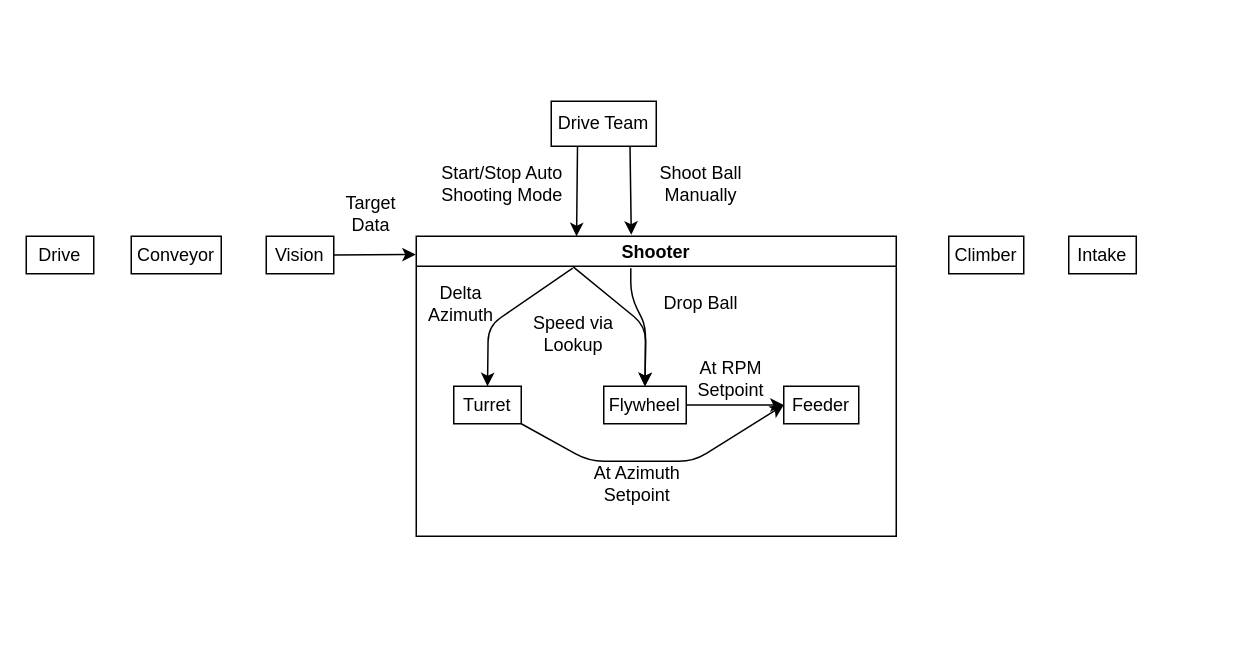
Earlier version of the draw.io diagram Robot.drawio (FRC6498/Charts). Source tidied: cells renumbered, new cells numbered last; positions are measured from the earlier drawing's top-left corner, leaving out a move shared by most shapes. Both pictures are drawn from the tidied source at 150%, with x=0, y=0 at pixel (26, 100).
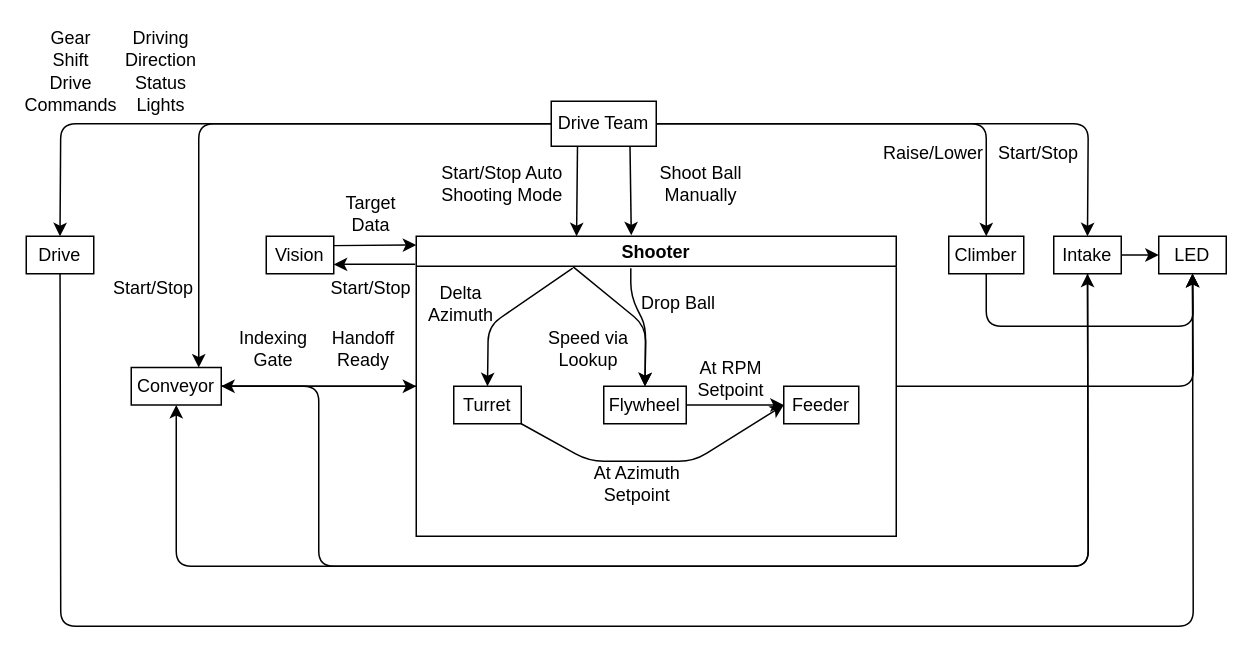
After the change.

Commit message:
fill out other subsystems

Unchanged cells that the change refers to:
```xml
<mxCell id="4" value="Drive Team" style="rounded=0;whiteSpace=wrap;html=1;" parent="1" vertex="1">
  <mxGeometry x="350" width="70" height="30" as="geometry" />
</mxCell>
<mxCell id="6" value="Drive" style="whiteSpace=wrap;html=1;rounded=0;" parent="1" vertex="1">
  <mxGeometry y="90" width="45" height="25" as="geometry" />
</mxCell>
<mxCell id="8" value="Climber" style="whiteSpace=wrap;html=1;rounded=0;" parent="1" vertex="1">
  <mxGeometry x="615" y="90" width="50" height="25" as="geometry" />
</mxCell>
<mxCell id="10" value="Vision" style="whiteSpace=wrap;html=1;rounded=0;" parent="1" vertex="1">
  <mxGeometry x="160" y="90" width="45" height="25" as="geometry" />
</mxCell>
<mxCell id="11" value="Shooter" style="swimlane;fontSize=12;fillColor=none;startSize=20;" parent="1" vertex="1">
  <mxGeometry x="260" y="90" width="320" height="200" as="geometry" />
</mxCell>
```

Diff of the diagram source:
```diff
@@
-    <mxCell id="3" style="edgeStyle=none;html=1;exitX=0.75;exitY=1;exitDx=0;exitDy=0;entryX=0.448;entryY=-0.005;entryDx=0;entryDy=0;fontSize=12;entryPerimeter=0;" parent="1" edge="1" source="4" target="11">
+    <mxCell id="3" style="edgeStyle=none;html=1;exitX=0.75;exitY=1;exitDx=0;exitDy=0;entryX=0.448;entryY=-0.003;entryDx=0;entryDy=0;fontSize=12;entryPerimeter=0;" parent="1" edge="1" source="4" target="11">
       <mxGeometry relative="1" as="geometry" />
     </mxCell>
+    <mxCell id="28" style="edgeStyle=none;html=1;exitX=0;exitY=0.5;exitDx=0;exitDy=0;entryX=0.5;entryY=0;entryDx=0;entryDy=0;" parent="1" edge="1" source="4" target="6">
+      <mxGeometry relative="1" as="geometry">
+        <Array as="points">
+          <mxPoint x="23" y="15" />
+        </Array>
+      </mxGeometry>
+    </mxCell>
+    <mxCell id="29" style="edgeStyle=none;html=1;entryX=0.75;entryY=0;entryDx=0;entryDy=0;" parent="1" edge="1" source="4" target="7">
+      <mxGeometry relative="1" as="geometry">
+        <Array as="points">
+          <mxPoint x="115" y="15" />
+        </Array>
+      </mxGeometry>
+    </mxCell>
+    <mxCell id="30" style="edgeStyle=none;html=1;exitX=1;exitY=0.5;exitDx=0;exitDy=0;entryX=0.5;entryY=0;entryDx=0;entryDy=0;" parent="1" edge="1" source="4" target="8">
+      <mxGeometry relative="1" as="geometry">
+        <Array as="points">
+          <mxPoint x="640" y="15" />
+        </Array>
+      </mxGeometry>
+    </mxCell>
+    <mxCell id="31" style="edgeStyle=none;html=1;exitX=1;exitY=0.5;exitDx=0;exitDy=0;entryX=0.5;entryY=0;entryDx=0;entryDy=0;" parent="1" edge="1" source="4" target="5">
+      <mxGeometry relative="1" as="geometry">
+        <Array as="points">
+          <mxPoint x="708" y="15" />
+        </Array>
+      </mxGeometry>
+    </mxCell>
@@
+    <mxCell id="32" style="edgeStyle=none;html=1;entryX=0.5;entryY=1;entryDx=0;entryDy=0;" parent="1" edge="1" source="5" target="7">
+      <mxGeometry relative="1" as="geometry">
+        <Array as="points">
+          <mxPoint x="708" y="310" />
+          <mxPoint x="100" y="310" />
+        </Array>
+      </mxGeometry>
+    </mxCell>
+    <mxCell id="33" style="edgeStyle=none;html=1;entryX=0;entryY=0.5;entryDx=0;entryDy=0;" parent="1" edge="1" source="5" target="41">
+      <mxGeometry relative="1" as="geometry" />
+    </mxCell>
     <mxCell id="5" value="Intake" style="whiteSpace=wrap;html=1;rounded=0;" parent="1" vertex="1">
-      <mxGeometry x="695" y="90" width="45" height="25" as="geometry" />
+      <mxGeometry x="685" y="90" width="45" height="25" as="geometry" />
     </mxCell>
+    <mxCell id="34" style="edgeStyle=none;html=1;entryX=0.5;entryY=1;entryDx=0;entryDy=0;" parent="1" edge="1" source="6" target="41">
+      <mxGeometry relative="1" as="geometry">
+        <Array as="points">
+          <mxPoint x="23" y="350" />
+          <mxPoint x="778" y="350" />
+        </Array>
+      </mxGeometry>
+    </mxCell>
@@
+    <mxCell id="35" style="edgeStyle=none;html=1;exitX=1;exitY=0.5;exitDx=0;exitDy=0;entryX=0;entryY=0.5;entryDx=0;entryDy=0;" parent="1" edge="1" source="7" target="11">
+      <mxGeometry relative="1" as="geometry" />
+    </mxCell>
+    <mxCell id="36" style="edgeStyle=none;html=1;exitX=1;exitY=0.5;exitDx=0;exitDy=0;entryX=0.5;entryY=1;entryDx=0;entryDy=0;" parent="1" edge="1" source="7" target="5">
+      <mxGeometry relative="1" as="geometry">
+        <Array as="points">
+          <mxPoint x="195" y="190" />
+          <mxPoint x="195" y="310" />
+          <mxPoint x="708" y="310" />
+        </Array>
+      </mxGeometry>
+    </mxCell>
     <mxCell id="7" value="Conveyor" style="whiteSpace=wrap;html=1;rounded=0;" parent="1" vertex="1">
-      <mxGeometry x="70" y="90" width="60" height="25" as="geometry" />
+      <mxGeometry x="70" y="177.5" width="60" height="25" as="geometry" />
     </mxCell>
+    <mxCell id="37" style="edgeStyle=none;html=1;entryX=0.5;entryY=1;entryDx=0;entryDy=0;" parent="1" edge="1" source="8" target="41">
+      <mxGeometry relative="1" as="geometry">
+        <Array as="points">
+          <mxPoint x="640" y="150" />
+          <mxPoint x="778" y="150" />
+        </Array>
+      </mxGeometry>
+    </mxCell>
@@
-    <mxCell id="9" style="edgeStyle=none;html=1;fontSize=12;entryX=-0.001;entryY=0.061;entryDx=0;entryDy=0;entryPerimeter=0;exitX=1;exitY=0.5;exitDx=0;exitDy=0;" parent="1" edge="1" source="10" target="11">
+    <mxCell id="9" style="edgeStyle=none;html=1;fontSize=12;entryX=0;entryY=0.029;entryDx=0;entryDy=0;exitX=1;exitY=0.25;exitDx=0;exitDy=0;entryPerimeter=0;" parent="1" edge="1" source="10" target="11">
       <mxGeometry relative="1" as="geometry" />
     </mxCell>
@@
+    <mxCell id="38" style="edgeStyle=none;html=1;exitX=0;exitY=0.5;exitDx=0;exitDy=0;entryX=1;entryY=0.5;entryDx=0;entryDy=0;" parent="1" edge="1" source="11" target="7">
+      <mxGeometry relative="1" as="geometry" />
+    </mxCell>
+    <mxCell id="39" style="edgeStyle=none;html=1;exitX=-0.002;exitY=0.093;exitDx=0;exitDy=0;entryX=1;entryY=0.75;entryDx=0;entryDy=0;exitPerimeter=0;" parent="1" edge="1" source="11" target="10">
+      <mxGeometry relative="1" as="geometry" />
+    </mxCell>
+    <mxCell id="40" style="edgeStyle=none;html=1;exitX=1;exitY=0.5;exitDx=0;exitDy=0;entryX=0.5;entryY=1;entryDx=0;entryDy=0;" parent="1" edge="1" source="11" target="41">
+      <mxGeometry relative="1" as="geometry">
+        <Array as="points">
+          <mxPoint x="778" y="190" />
+        </Array>
+      </mxGeometry>
+    </mxCell>
@@
     <mxCell id="19" value="Speed via Lookup" style="text;html=1;strokeColor=none;fillColor=none;align=center;verticalAlign=middle;whiteSpace=wrap;rounded=0;fontSize=12;" parent="11" vertex="1">
-      <mxGeometry x="75" y="50" width="60" height="30" as="geometry" />
+      <mxGeometry x="85" y="60" width="60" height="30" as="geometry" />
     </mxCell>
@@
     <mxCell id="23" value="Drop Ball" style="text;html=1;strokeColor=none;fillColor=none;align=center;verticalAlign=middle;whiteSpace=wrap;rounded=0;fontSize=12;" parent="11" vertex="1">
-      <mxGeometry x="160" y="30" width="60" height="30" as="geometry" />
+      <mxGeometry x="145" y="30" width="60" height="30" as="geometry" />
     </mxCell>
@@
+    <mxCell id="41" value="LED" style="whiteSpace=wrap;html=1;rounded=0;" parent="1" vertex="1">
+      <mxGeometry x="755" y="90" width="45" height="25" as="geometry" />
+    </mxCell>
+    <mxCell id="42" value="Drive Commands" style="text;html=1;strokeColor=none;fillColor=none;align=center;verticalAlign=middle;whiteSpace=wrap;rounded=0;fontSize=12;" parent="1" vertex="1">
+      <mxGeometry y="-20" width="60" height="30" as="geometry" />
+    </mxCell>
+    <mxCell id="43" value="Driving Direction" style="text;html=1;strokeColor=none;fillColor=none;align=center;verticalAlign=middle;whiteSpace=wrap;rounded=0;fontSize=12;" parent="1" vertex="1">
+      <mxGeometry x="60" y="-50" width="60" height="30" as="geometry" />
+    </mxCell>
+    <mxCell id="44" value="Gear Shift" style="text;html=1;strokeColor=none;fillColor=none;align=center;verticalAlign=middle;whiteSpace=wrap;rounded=0;fontSize=12;" parent="1" vertex="1">
+      <mxGeometry x="15" y="-45" width="30" height="20" as="geometry" />
+    </mxCell>
+    <mxCell id="45" value="Status Lights" style="text;html=1;strokeColor=none;fillColor=none;align=center;verticalAlign=middle;whiteSpace=wrap;rounded=0;fontSize=12;" parent="1" vertex="1">
+      <mxGeometry x="60" y="-20" width="60" height="30" as="geometry" />
+    </mxCell>
+    <mxCell id="46" value="Start/Stop" style="text;html=1;strokeColor=none;fillColor=none;align=center;verticalAlign=middle;whiteSpace=wrap;rounded=0;fontSize=12;" parent="1" vertex="1">
+      <mxGeometry x="55" y="110" width="60" height="30" as="geometry" />
+    </mxCell>
+    <mxCell id="47" value="Indexing Gate" style="text;html=1;strokeColor=none;fillColor=none;align=center;verticalAlign=middle;whiteSpace=wrap;rounded=0;fontSize=12;" parent="1" vertex="1">
+      <mxGeometry x="135" y="150" width="60" height="30" as="geometry" />
+    </mxCell>
+    <mxCell id="48" value="Handoff Ready" style="text;html=1;strokeColor=none;fillColor=none;align=center;verticalAlign=middle;whiteSpace=wrap;rounded=0;fontSize=12;" parent="1" vertex="1">
+      <mxGeometry x="195" y="150" width="60" height="30" as="geometry" />
+    </mxCell>
+    <mxCell id="49" value="Start/Stop" style="text;html=1;strokeColor=none;fillColor=none;align=center;verticalAlign=middle;whiteSpace=wrap;rounded=0;fontSize=12;" parent="1" vertex="1">
+      <mxGeometry x="200" y="110" width="60" height="30" as="geometry" />
+    </mxCell>
+    <mxCell id="50" value="Raise/Lower" style="text;html=1;strokeColor=none;fillColor=none;align=center;verticalAlign=middle;whiteSpace=wrap;rounded=0;fontSize=12;" parent="1" vertex="1">
+      <mxGeometry x="575" y="20" width="60" height="30" as="geometry" />
+    </mxCell>
+    <mxCell id="51" value="Start/Stop" style="text;html=1;strokeColor=none;fillColor=none;align=center;verticalAlign=middle;whiteSpace=wrap;rounded=0;fontSize=12;" parent="1" vertex="1">
+      <mxGeometry x="645" y="20" width="60" height="30" as="geometry" />
+    </mxCell>
```
